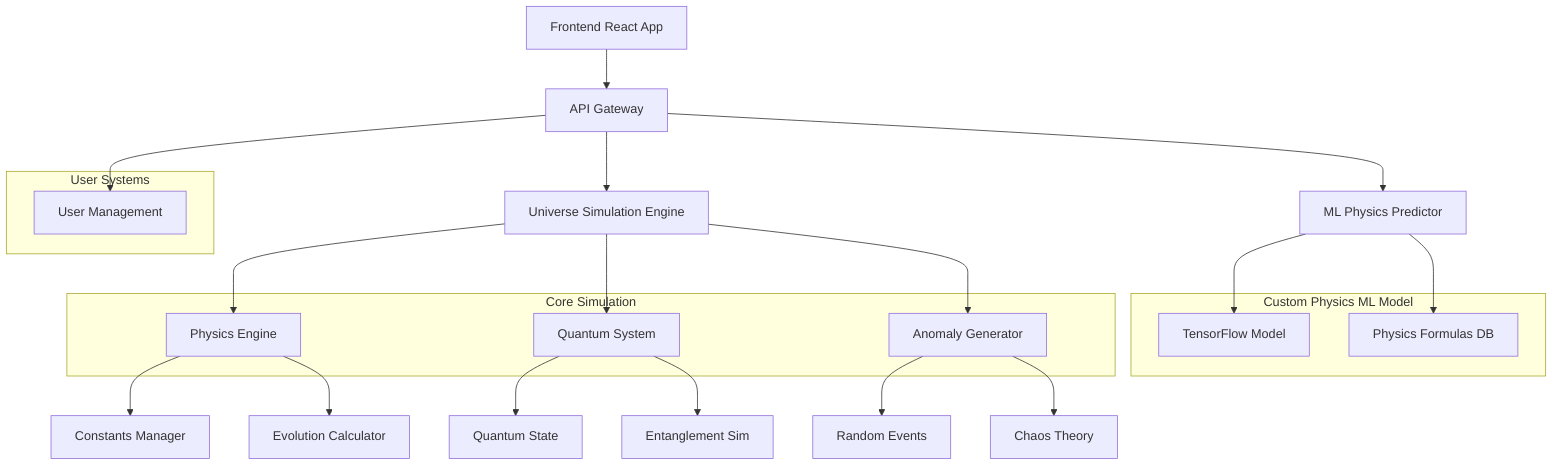
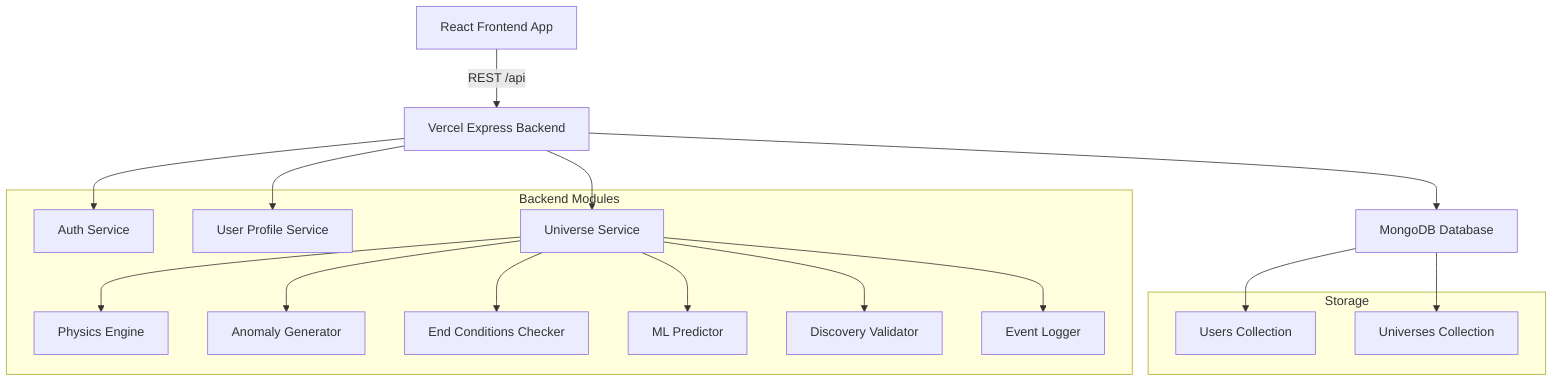
graph TD
-     A[Frontend React App] --> B[API Gateway]
-     B --> C[Universe Simulation Engine]
-     B --> D[ML Physics Predictor]
-     B --> E[User Management]
+     A[React Frontend App] -->|REST /api| B[Vercel Express Backend]
+     B --> C[Auth Service]
+     B --> D[User Profile Service]
+     B --> E[Universe Service]
+     B --> L[MongoDB Database]

-     C --> F[Physics Engine]
-     C --> G[Quantum System]
-     C --> H[Anomaly Generator]
+     E --> F[Physics Engine]
+     E --> G[Anomaly Generator]
+     E --> H[End Conditions Checker]
+     E --> I[ML Predictor]
+     E --> J[Discovery Validator]
+     E --> K[Event Logger]

-     D --> I[TensorFlow Model]
-     D --> J[Physics Formulas DB]
+     L --> M[Users Collection]
+     L --> N[Universes Collection]

-     F --> K[Constants Manager]
-     F --> L[Evolution Calculator]
- 
-     G --> M[Quantum State]
-     G --> N[Entanglement Sim]
- 
-     H --> O[Random Events]
-     H --> P[Chaos Theory]
- 
-     subgraph "Custom Physics ML Model"
-         I
-         J
-     end
- 
-     subgraph "Core Simulation"
+     subgraph "Backend Modules"
+         C
+         D
+         E
        F
        G
        H
+         I
+         J
+         K
    end

-     subgraph "User Systems"
-         E
+     subgraph "Storage"
+         M
+         N
    end
